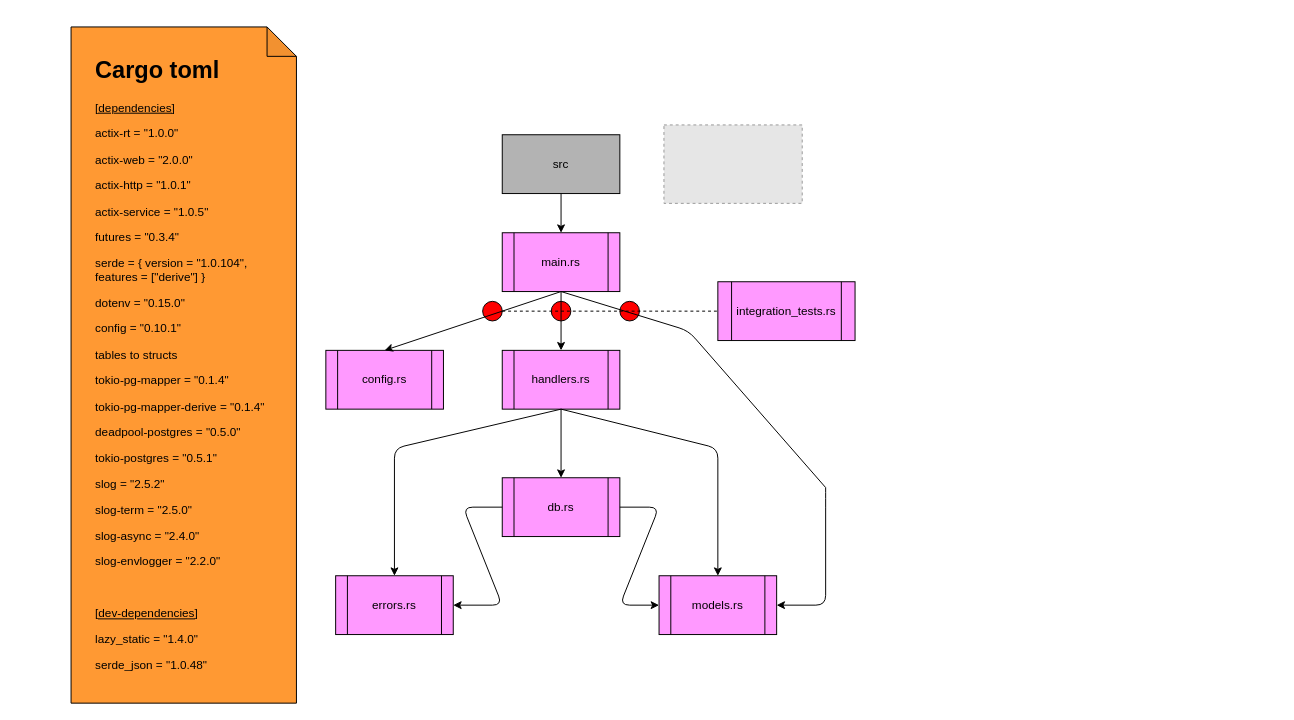
Earlier version of the draw.io diagram 01_todo-actix/TodoActixDiagram.drawio (rchavezj/tch-rs-serving). Source tidied: cells renumbered, new cells numbered last; positions are measured from the earlier drawing's top-left corner, leaving out a move shared by most shapes. Both pictures are drawn from the tidied source at 98%, with x=0, y=0 at pixel (71, 26). Pictures stored in the file or linked from it are replaced by grey dashed boxes.
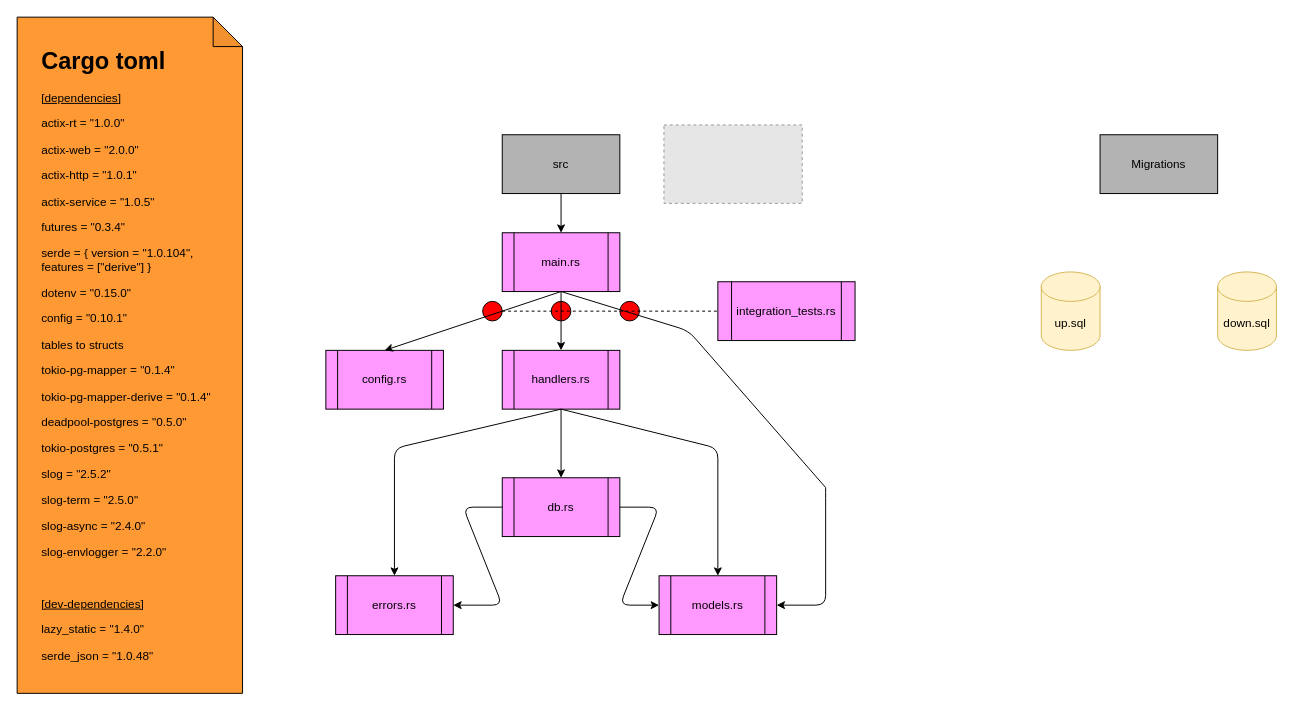
The same diagram, later.

Commit message:
Updated draw diagram

The edit, as a diff of the source:
```diff
@@
     <mxCell id="8" style="shape=note;whiteSpace=wrap;html=1;backgroundOutline=1;darkOpacity=0.05;fillColor=#FF9933;" parent="1" vertex="1">
-      <mxGeometry width="230" height="690" as="geometry" />
+      <mxGeometry x="-55" y="-10" width="230" height="690" as="geometry" />
     </mxCell>
     <mxCell id="9" value="&lt;h1&gt;Cargo toml&lt;/h1&gt;&lt;p&gt;&lt;u&gt;[dependencies]&lt;/u&gt;&lt;/p&gt;&lt;p&gt;actix-rt = &quot;1.0.0&quot;&lt;/p&gt;&lt;p&gt;actix-web = &quot;2.0.0&quot;&lt;/p&gt;&lt;p&gt;actix-http = &quot;1.0.1&quot;&lt;/p&gt;&lt;p&gt;actix-service = &quot;1.0.5&quot;&lt;/p&gt;&lt;p&gt;futures = &quot;0.3.4&quot;&lt;/p&gt;&lt;p&gt;serde = { version = &quot;1.0.104&quot;, features = [&quot;derive&quot;] }&lt;/p&gt;&lt;p&gt;dotenv = &quot;0.15.0&quot;&lt;/p&gt;&lt;p&gt;config = &quot;0.10.1&quot;&lt;/p&gt;&lt;p&gt;&lt;span&gt;tables to structs&lt;/span&gt;&lt;br&gt;&lt;/p&gt;&lt;p&gt;tokio-pg-mapper = &quot;0.1.4&quot;&lt;/p&gt;&lt;p&gt;tokio-pg-mapper-derive = &quot;0.1.4&quot;&lt;/p&gt;&lt;p&gt;deadpool-postgres = &quot;0.5.0&quot;&lt;/p&gt;&lt;p&gt;tokio-postgres = &quot;0.5.1&quot;&amp;nbsp;&lt;/p&gt;&lt;p&gt;&lt;span&gt;slog = &quot;2.5.2&quot;&lt;/span&gt;&lt;br&gt;&lt;/p&gt;&lt;p&gt;slog-term = &quot;2.5.0&quot;&lt;/p&gt;&lt;p&gt;slog-async = &quot;2.4.0&quot;&lt;/p&gt;&lt;p&gt;slog-envlogger = &quot;2.2.0&quot;&lt;/p&gt;&lt;p&gt;&lt;br&gt;&lt;/p&gt;&lt;p&gt;&lt;u&gt;[dev-dependencies]&lt;/u&gt;&lt;/p&gt;&lt;p&gt;lazy_static = &quot;1.4.0&quot;&lt;/p&gt;&lt;p&gt;serde_json = &quot;1.0.48&quot;&lt;/p&gt;" style="text;html=1;strokeColor=none;fillColor=none;spacing=5;spacingTop=-20;whiteSpace=wrap;overflow=hidden;rounded=0;" parent="1" vertex="1">
-      <mxGeometry x="20" y="25" width="190" height="640" as="geometry" />
+      <mxGeometry x="-35" y="15" width="190" height="640" as="geometry" />
     </mxCell>
@@
+    <mxCell id="28" value="Migrations" style="rounded=0;whiteSpace=wrap;html=1;fillColor=#B3B3B3;" parent="1" vertex="1">
+      <mxGeometry x="1050" y="110" width="120" height="60" as="geometry" />
+    </mxCell>
+    <mxCell id="29" value="up.sql" style="shape=cylinder3;whiteSpace=wrap;html=1;boundedLbl=1;backgroundOutline=1;size=15;fillColor=#fff2cc;strokeColor=#d6b656;" parent="1" vertex="1">
+      <mxGeometry x="990" y="250" width="60" height="80" as="geometry" />
+    </mxCell>
+    <mxCell id="30" value="down.sql" style="shape=cylinder3;whiteSpace=wrap;html=1;boundedLbl=1;backgroundOutline=1;size=15;fillColor=#fff2cc;strokeColor=#d6b656;" parent="1" vertex="1">
+      <mxGeometry x="1170" y="250" width="60" height="80" as="geometry" />
+    </mxCell>
```
